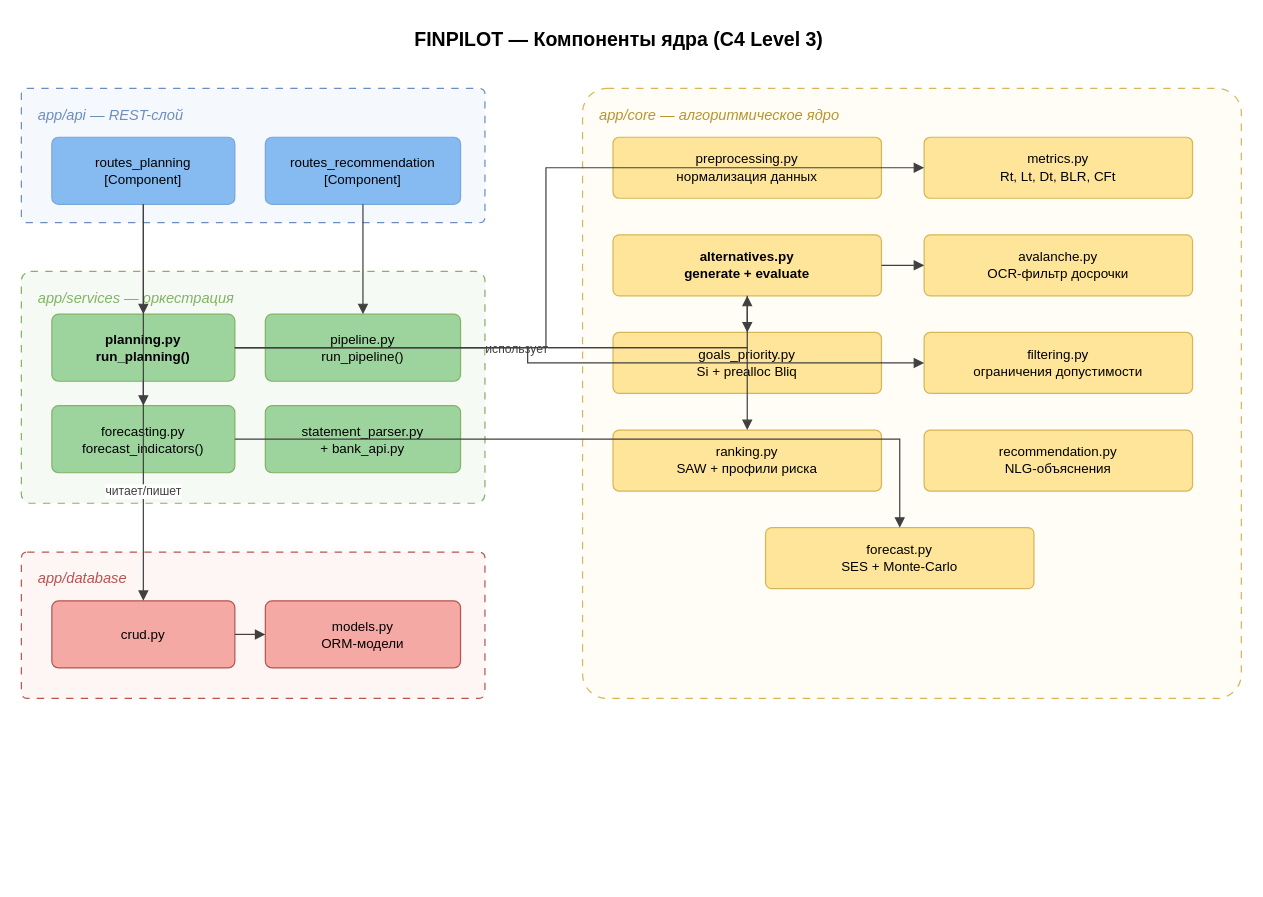
Before: page "C4 L3 — Components" (6 of 29) of docs/diagrams/all_diagrams.drawio in vevdokimovm/personal-finance-dss, a draw.io diagram. Source tidied: cells renumbered, new cells numbered last; positions are measured from the earlier drawing's top-left corner, leaving out a move shared by most shapes. Both pictures are drawn from the tidied source at 122%, with x=0, y=0 at pixel (21, 21).
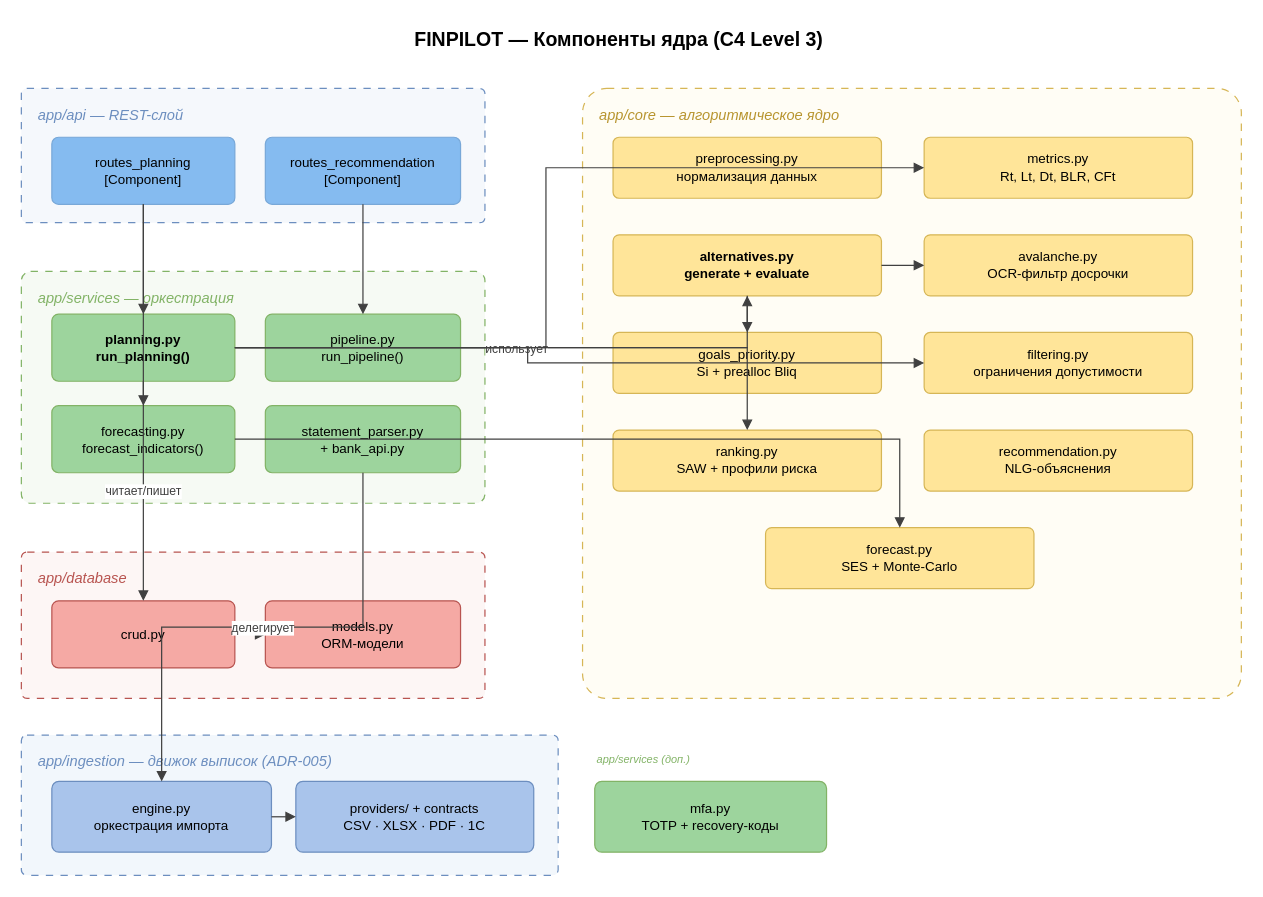
The same page after the edit.

Unchanged cells that the change refers to:
```xml
<mxCell id="10" value="statement_parser.py&#10;+ bank_api.py" style="rounded=1;whiteSpace=wrap;html=1;fillColor=#9DD49D;strokeColor=#82b366;fontColor=#000000;fontSize=11;align=center;arcSize=10;" parent="1" vertex="1">
  <mxGeometry x="200" y="315" width="160" height="55" as="geometry" />
</mxCell>
```

Diff of the diagram source:
```diff
@@
+    <mxCell id="36" value="app/ingestion — движок выписок (ADR-005)" style="rounded=1;whiteSpace=wrap;html=1;dashed=1;dashPattern=6 6;strokeColor=#6c8ebf;fillColor=#f2f7fc;verticalAlign=top;fontSize=12;fontStyle=2;fontColor=#6c8ebf;align=left;spacingLeft=12;spacingTop=8;arcSize=4;" parent="1" vertex="1">
+      <mxGeometry y="585" width="440" height="115" as="geometry" />
+    </mxCell>
+    <mxCell id="37" value="engine.py&#10;оркестрация импорта" style="rounded=1;whiteSpace=wrap;html=1;fillColor=#A9C4EB;strokeColor=#6c8ebf;fontColor=#000000;fontSize=11;align=center;arcSize=10;" parent="1" vertex="1">
+      <mxGeometry x="25" y="623" width="180" height="58" as="geometry" />
+    </mxCell>
+    <mxCell id="38" value="providers/ + contracts&#10;CSV · XLSX · PDF · 1C" style="rounded=1;whiteSpace=wrap;html=1;fillColor=#A9C4EB;strokeColor=#6c8ebf;fontColor=#000000;fontSize=11;align=center;arcSize=10;" parent="1" vertex="1">
+      <mxGeometry x="225" y="623" width="195" height="58" as="geometry" />
+    </mxCell>
+    <mxCell id="39" value="app/services (доп.)" style="text;html=1;strokeColor=none;fillColor=none;align=left;fontSize=9;fontStyle=2;fontColor=#82b366;" parent="1" vertex="1">
+      <mxGeometry x="470" y="593" width="190" height="20" as="geometry" />
+    </mxCell>
+    <mxCell id="40" value="mfa.py&#10;TOTP + recovery-коды" style="rounded=1;whiteSpace=wrap;html=1;fillColor=#9DD49D;strokeColor=#82b366;fontColor=#000000;fontSize=11;align=center;arcSize=10;" parent="1" vertex="1">
+      <mxGeometry x="470" y="623" width="190" height="58" as="geometry" />
+    </mxCell>
+    <mxCell id="41" value="делегирует" style="endArrow=block;html=1;edgeStyle=orthogonalEdgeStyle;rounded=0;fontSize=10;strokeColor=#404040;fontColor=#404040;labelBackgroundColor=#ffffff;" parent="1" edge="1" source="10" target="37">
+      <mxGeometry relative="1" as="geometry" />
+    </mxCell>
+    <mxCell id="42" style="endArrow=block;html=1;edgeStyle=orthogonalEdgeStyle;rounded=0;strokeColor=#404040;" parent="1" edge="1" source="37" target="38">
+      <mxGeometry relative="1" as="geometry" />
+    </mxCell>
```
